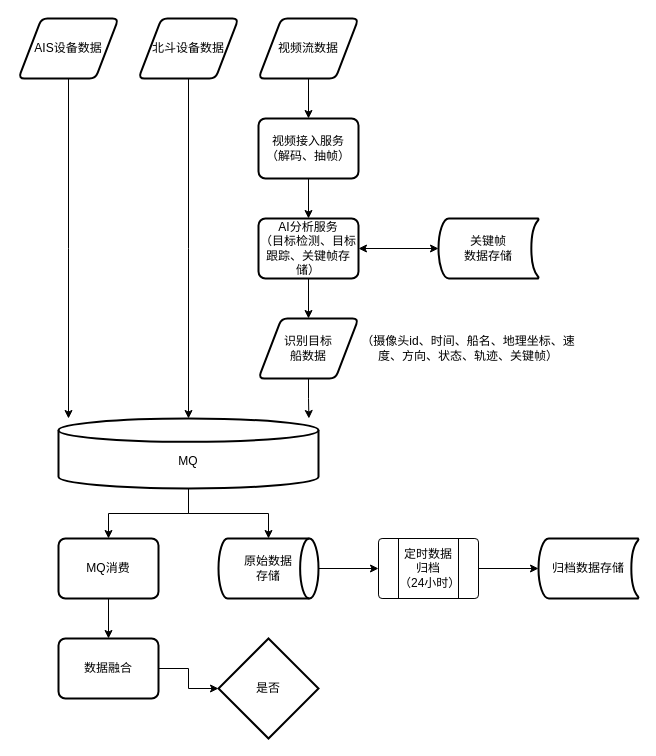
This is ctg/港作船.drawio from Qunz/drawio, a draw.io file, before an edit. Source tidied: cells renumbered, new cells numbered last; positions are measured from the earlier drawing's top-left corner, leaving out a move shared by most shapes. Both pictures are drawn from the tidied source at 100%, with x=0, y=0 at pixel (18, 18).
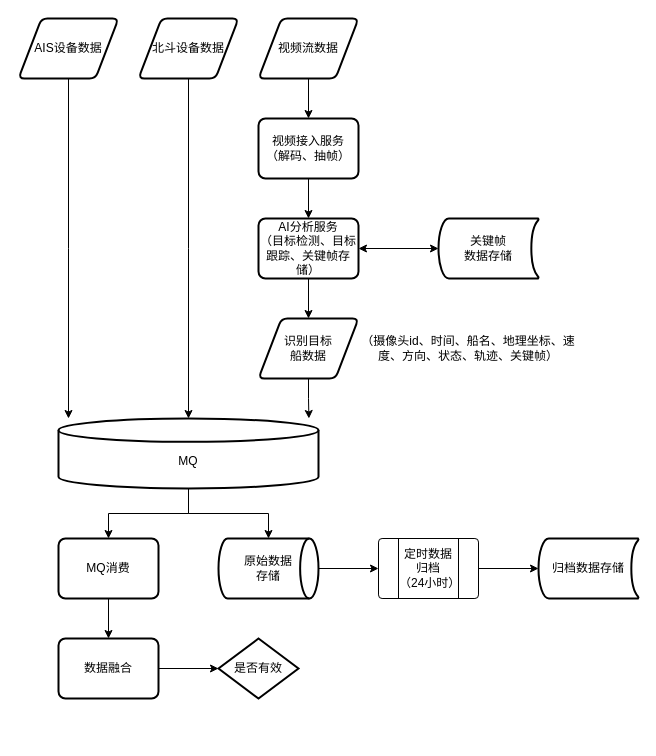
Above is the later version.

Commit message:
更新港作船.drawio

Diff of the diagram source:
```diff
@@
-    <mxCell id="31" value="是否" style="strokeWidth=2;html=1;shape=mxgraph.flowchart.decision;whiteSpace=wrap;" parent="1" vertex="1">
-      <mxGeometry x="200" y="620" width="100" height="100" as="geometry" />
+    <mxCell id="31" value="是否有效" style="strokeWidth=2;html=1;shape=mxgraph.flowchart.decision;whiteSpace=wrap;" parent="1" vertex="1">
+      <mxGeometry x="200" y="620" width="80" height="60" as="geometry" />
     </mxCell>
```
